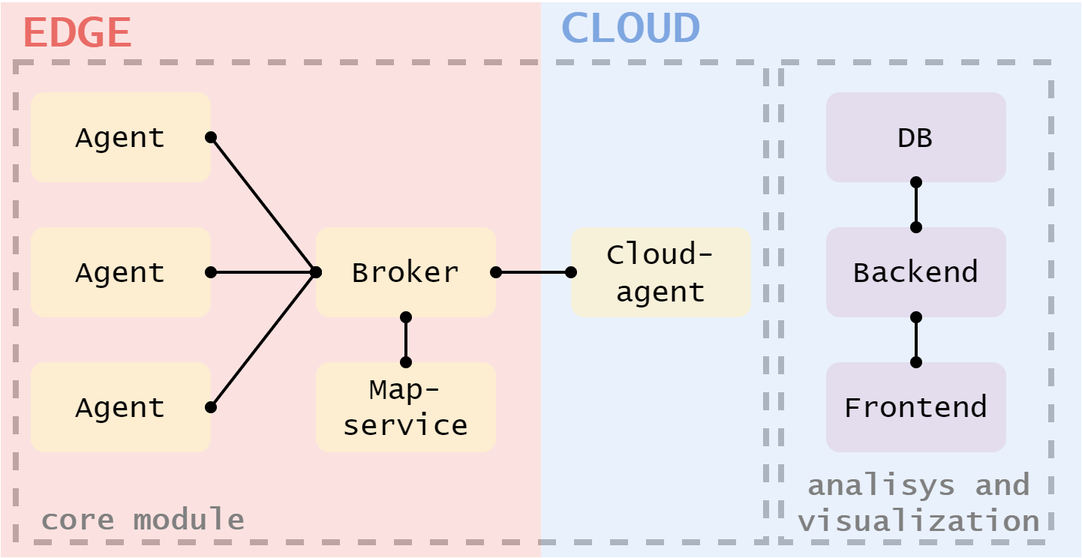
Before: docs/thesis/pictures/services.png, a diagram exported from draw.io (mactat/map-pacer). Source tidied: cells renumbered, new cells last; positions are measured from the earlier drawing's top-left corner, leaving out a move shared by most shapes. Source of this version:
```xml
<mxGraphModel>
  <root>
    <mxCell id="0" />
    <mxCell id="1" parent="0" />
    <mxCell id="2" style="rounded=0;whiteSpace=wrap;html=1;fontFamily=Lucida Console;fontSize=30;fontColor=#7EA6E0;opacity=60;fillColor=none;strokeWidth=4;dashed=1;" parent="1" vertex="1">
      <mxGeometry x="10" y="40" width="500" height="320" as="geometry" />
    </mxCell>
    <mxCell id="3" style="rounded=0;whiteSpace=wrap;html=1;fontFamily=Lucida Console;fontSize=30;fontColor=#7EA6E0;opacity=60;fillColor=none;strokeWidth=4;dashed=1;" parent="1" vertex="1">
      <mxGeometry x="520" y="40" width="180" height="320" as="geometry" />
    </mxCell>
    <mxCell id="4" style="rounded=0;whiteSpace=wrap;html=1;fontFamily=Lucida Console;fontSize=20;fillColor=#dae8fc;strokeColor=none;opacity=60;" parent="1" vertex="1">
      <mxGeometry x="360" width="360" height="370" as="geometry" />
    </mxCell>
    <mxCell id="5" style="rounded=0;whiteSpace=wrap;html=1;fontFamily=Lucida Console;fontSize=20;fillColor=#f8cecc;strokeColor=none;opacity=60;" parent="1" vertex="1">
      <mxGeometry width="360" height="370" as="geometry" />
    </mxCell>
    <mxCell id="6" value="&lt;span style=&quot;font-size: 20px;&quot;&gt;&lt;font face=&quot;Lucida Console&quot;&gt;Agent&lt;/font&gt;&lt;/span&gt;" style="rounded=1;whiteSpace=wrap;html=1;fillColor=#fff2cc;strokeColor=none;opacity=70;" parent="1" vertex="1">
      <mxGeometry x="20" y="60" width="120" height="60" as="geometry" />
    </mxCell>
    <mxCell id="7" value="&lt;span style=&quot;font-size: 20px;&quot;&gt;&lt;font face=&quot;Lucida Console&quot;&gt;Agent&lt;/font&gt;&lt;/span&gt;" style="rounded=1;whiteSpace=wrap;html=1;fillColor=#fff2cc;strokeColor=none;opacity=70;" parent="1" vertex="1">
      <mxGeometry x="20" y="150" width="120" height="60" as="geometry" />
    </mxCell>
    <mxCell id="8" value="&lt;span style=&quot;font-size: 20px;&quot;&gt;&lt;font face=&quot;Lucida Console&quot;&gt;Agent&lt;/font&gt;&lt;/span&gt;" style="rounded=1;whiteSpace=wrap;html=1;fillColor=#fff2cc;strokeColor=none;opacity=70;" parent="1" vertex="1">
      <mxGeometry x="20" y="240" width="120" height="60" as="geometry" />
    </mxCell>
    <mxCell id="9" value="&lt;font face=&quot;Lucida Console&quot;&gt;&lt;span style=&quot;font-size: 20px;&quot;&gt;Backend&lt;/span&gt;&lt;/font&gt;" style="rounded=1;whiteSpace=wrap;html=1;fillColor=#e1d5e7;strokeColor=none;opacity=70;" parent="1" vertex="1">
      <mxGeometry x="550" y="150" width="120" height="60" as="geometry" />
    </mxCell>
    <mxCell id="10" value="&lt;font face=&quot;Lucida Console&quot;&gt;&lt;span style=&quot;font-size: 20px;&quot;&gt;Frontend&lt;/span&gt;&lt;/font&gt;" style="rounded=1;whiteSpace=wrap;html=1;fillColor=#e1d5e7;strokeColor=none;opacity=70;" parent="1" vertex="1">
      <mxGeometry x="550" y="240" width="120" height="60" as="geometry" />
    </mxCell>
    <mxCell id="11" value="&lt;font face=&quot;Lucida Console&quot;&gt;&lt;span style=&quot;font-size: 20px;&quot;&gt;DB&lt;/span&gt;&lt;/font&gt;" style="rounded=1;whiteSpace=wrap;html=1;fillColor=#e1d5e7;strokeColor=none;opacity=70;" parent="1" vertex="1">
      <mxGeometry x="550" y="60" width="120" height="60" as="geometry" />
    </mxCell>
    <mxCell id="12" value="&lt;font face=&quot;Lucida Console&quot;&gt;&lt;span style=&quot;font-size: 20px;&quot;&gt;Map-service&lt;/span&gt;&lt;/font&gt;" style="rounded=1;whiteSpace=wrap;html=1;fillColor=#fff2cc;strokeColor=none;opacity=70;" parent="1" vertex="1">
      <mxGeometry x="210" y="240" width="120" height="60" as="geometry" />
    </mxCell>
    <mxCell id="13" value="&lt;font face=&quot;Lucida Console&quot;&gt;&lt;span style=&quot;font-size: 20px;&quot;&gt;Broker&lt;/span&gt;&lt;/font&gt;" style="rounded=1;whiteSpace=wrap;html=1;fillColor=#fff2cc;strokeColor=none;opacity=70;" parent="1" vertex="1">
      <mxGeometry x="210" y="150" width="120" height="60" as="geometry" />
    </mxCell>
    <mxCell id="14" value="&lt;span style=&quot;font-size: 20px;&quot;&gt;&lt;font face=&quot;Lucida Console&quot;&gt;Cloud-agent&lt;/font&gt;&lt;/span&gt;" style="rounded=1;whiteSpace=wrap;html=1;fillColor=#fff2cc;strokeColor=none;opacity=70;" parent="1" vertex="1">
      <mxGeometry x="380" y="150" width="120" height="60" as="geometry" />
    </mxCell>
    <mxCell id="15" style="endArrow=oval;html=1;rounded=0;fontFamily=Lucida Console;fontSize=20;exitX=1;exitY=0.5;exitDx=0;exitDy=0;entryX=0;entryY=0.5;entryDx=0;entryDy=0;startArrow=oval;startFill=1;strokeWidth=2;endFill=1;" parent="1" edge="1" source="6" target="13">
      <mxGeometry relative="1" as="geometry" />
    </mxCell>
    <mxCell id="16" style="endArrow=oval;html=1;rounded=0;fontFamily=Lucida Console;fontSize=20;exitX=1;exitY=0.5;exitDx=0;exitDy=0;entryX=0;entryY=0.5;entryDx=0;entryDy=0;startArrow=oval;startFill=1;strokeWidth=2;endFill=1;" parent="1" edge="1" source="7" target="13">
      <mxGeometry relative="1" as="geometry" />
    </mxCell>
    <mxCell id="17" style="endArrow=oval;html=1;rounded=0;fontFamily=Lucida Console;fontSize=20;exitX=1;exitY=0.5;exitDx=0;exitDy=0;entryX=0;entryY=0.5;entryDx=0;entryDy=0;startArrow=oval;startFill=1;strokeWidth=2;endFill=1;" parent="1" edge="1" source="8" target="13">
      <mxGeometry relative="1" as="geometry" />
    </mxCell>
    <mxCell id="18" style="endArrow=oval;html=1;rounded=0;fontFamily=Lucida Console;fontSize=20;exitX=0.5;exitY=1;exitDx=0;exitDy=0;startArrow=oval;startFill=1;strokeWidth=2;endFill=1;" parent="1" edge="1" source="11" target="9">
      <mxGeometry relative="1" as="geometry" />
    </mxCell>
    <mxCell id="19" style="endArrow=oval;html=1;rounded=0;fontFamily=Lucida Console;fontSize=20;exitX=1;exitY=0.5;exitDx=0;exitDy=0;entryX=0;entryY=0.5;entryDx=0;entryDy=0;startArrow=oval;startFill=1;strokeWidth=2;endFill=1;" parent="1" edge="1" target="14">
      <mxGeometry relative="1" as="geometry">
        <mxPoint x="330" y="180" as="sourcePoint" />
      </mxGeometry>
    </mxCell>
    <mxCell id="20" style="endArrow=oval;html=1;rounded=0;fontFamily=Lucida Console;fontSize=20;exitX=0.5;exitY=1;exitDx=0;exitDy=0;entryX=0.5;entryY=0;entryDx=0;entryDy=0;startArrow=oval;startFill=1;strokeWidth=2;endFill=1;" parent="1" edge="1" source="13" target="12">
      <mxGeometry relative="1" as="geometry" />
    </mxCell>
    <mxCell id="21" value="&lt;font color=&quot;#ea6b66&quot; style=&quot;font-size: 30px;&quot;&gt;&lt;b&gt;EDGE&lt;/b&gt;&lt;/font&gt;" style="text;html=1;strokeColor=none;fillColor=none;align=center;verticalAlign=middle;whiteSpace=wrap;rounded=0;fontFamily=Lucida Console;fontSize=20;opacity=60;" parent="1" vertex="1">
      <mxGeometry x="21" y="5" width="60" height="30" as="geometry" />
    </mxCell>
    <mxCell id="22" value="&lt;font color=&quot;#7ea6e0&quot; style=&quot;font-size: 30px;&quot;&gt;&lt;b style=&quot;&quot;&gt;CLOUD&lt;/b&gt;&lt;/font&gt;" style="text;html=1;strokeColor=none;fillColor=none;align=center;verticalAlign=middle;whiteSpace=wrap;rounded=0;fontFamily=Lucida Console;fontSize=20;opacity=60;" parent="1" vertex="1">
      <mxGeometry x="390" y="2" width="60" height="30" as="geometry" />
    </mxCell>
    <mxCell id="23" style="endArrow=oval;html=1;rounded=0;fontFamily=Lucida Console;fontSize=20;exitX=1;exitY=0.5;exitDx=0;exitDy=0;startArrow=oval;startFill=1;strokeWidth=2;endFill=1;" parent="1" edge="1" target="10">
      <mxGeometry relative="1" as="geometry">
        <mxPoint x="610" y="210" as="sourcePoint" />
      </mxGeometry>
    </mxCell>
    <mxCell id="24" value="&lt;font color=&quot;#808080&quot; size=&quot;1&quot;&gt;&lt;b style=&quot;font-size: 20px;&quot;&gt;core module&lt;/b&gt;&lt;/font&gt;" style="text;html=1;strokeColor=none;fillColor=none;align=center;verticalAlign=middle;whiteSpace=wrap;rounded=0;fontFamily=Lucida Console;fontSize=20;opacity=60;" parent="1" vertex="1">
      <mxGeometry x="10" y="330" width="170" height="30" as="geometry" />
    </mxCell>
    <mxCell id="25" value="&lt;font color=&quot;#808080&quot; size=&quot;1&quot;&gt;&lt;b style=&quot;font-size: 20px;&quot;&gt;analisys and visualization&lt;/b&gt;&lt;/font&gt;" style="text;html=1;strokeColor=none;fillColor=none;align=center;verticalAlign=middle;whiteSpace=wrap;rounded=0;fontFamily=Lucida Console;fontSize=20;opacity=60;" parent="1" vertex="1">
      <mxGeometry x="527" y="319" width="170" height="30" as="geometry" />
    </mxCell>
  </root>
</mxGraphModel>
```
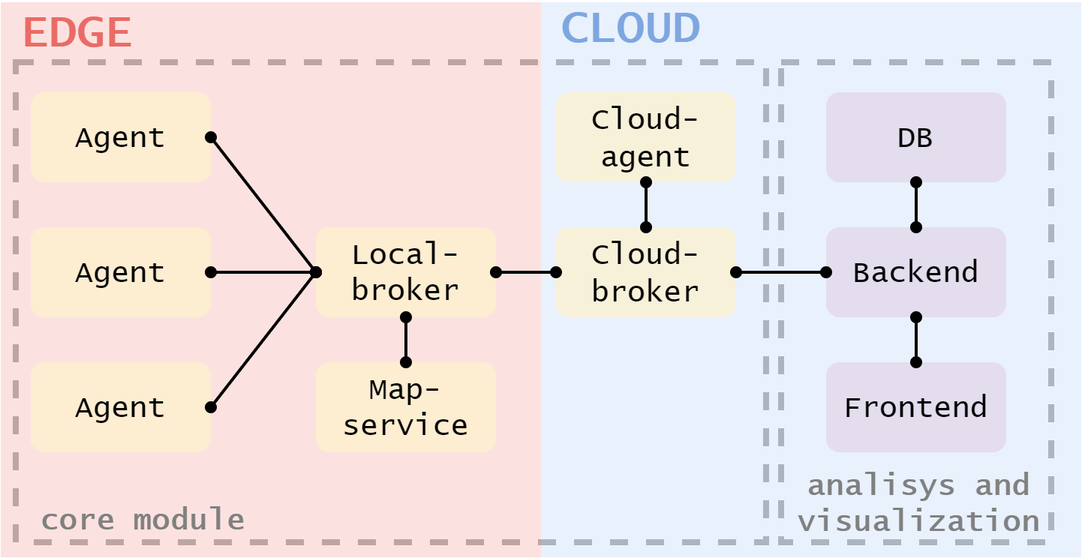
Above is the later version.

What changed in the source:
```diff
@@ -35,11 +35,11 @@
     <mxCell id="12" value="&lt;font face=&quot;Lucida Console&quot;&gt;&lt;span style=&quot;font-size: 20px;&quot;&gt;Map-service&lt;/span&gt;&lt;/font&gt;" style="rounded=1;whiteSpace=wrap;html=1;fillColor=#fff2cc;strokeColor=none;opacity=70;" parent="1" vertex="1">
       <mxGeometry x="210" y="240" width="120" height="60" as="geometry" />
     </mxCell>
-    <mxCell id="13" value="&lt;font face=&quot;Lucida Console&quot;&gt;&lt;span style=&quot;font-size: 20px;&quot;&gt;Broker&lt;/span&gt;&lt;/font&gt;" style="rounded=1;whiteSpace=wrap;html=1;fillColor=#fff2cc;strokeColor=none;opacity=70;" parent="1" vertex="1">
+    <mxCell id="13" value="&lt;font face=&quot;Lucida Console&quot;&gt;&lt;span style=&quot;font-size: 20px;&quot;&gt;Local-broker&lt;/span&gt;&lt;/font&gt;" style="rounded=1;whiteSpace=wrap;html=1;fillColor=#fff2cc;strokeColor=none;opacity=70;" parent="1" vertex="1">
       <mxGeometry x="210" y="150" width="120" height="60" as="geometry" />
     </mxCell>
     <mxCell id="14" value="&lt;span style=&quot;font-size: 20px;&quot;&gt;&lt;font face=&quot;Lucida Console&quot;&gt;Cloud-agent&lt;/font&gt;&lt;/span&gt;" style="rounded=1;whiteSpace=wrap;html=1;fillColor=#fff2cc;strokeColor=none;opacity=70;" parent="1" vertex="1">
-      <mxGeometry x="380" y="150" width="120" height="60" as="geometry" />
+      <mxGeometry x="370" y="60" width="120" height="60" as="geometry" />
     </mxCell>
     <mxCell id="15" style="endArrow=oval;html=1;rounded=0;fontFamily=Lucida Console;fontSize=20;exitX=1;exitY=0.5;exitDx=0;exitDy=0;entryX=0;entryY=0.5;entryDx=0;entryDy=0;startArrow=oval;startFill=1;strokeWidth=2;endFill=1;" parent="1" edge="1" source="6" target="13">
       <mxGeometry relative="1" as="geometry" />
@@ -53,11 +53,6 @@
     <mxCell id="18" style="endArrow=oval;html=1;rounded=0;fontFamily=Lucida Console;fontSize=20;exitX=0.5;exitY=1;exitDx=0;exitDy=0;startArrow=oval;startFill=1;strokeWidth=2;endFill=1;" parent="1" edge="1" source="11" target="9">
       <mxGeometry relative="1" as="geometry" />
     </mxCell>
-    <mxCell id="19" style="endArrow=oval;html=1;rounded=0;fontFamily=Lucida Console;fontSize=20;exitX=1;exitY=0.5;exitDx=0;exitDy=0;entryX=0;entryY=0.5;entryDx=0;entryDy=0;startArrow=oval;startFill=1;strokeWidth=2;endFill=1;" parent="1" edge="1" target="14">
-      <mxGeometry relative="1" as="geometry">
-        <mxPoint x="330" y="180" as="sourcePoint" />
-      </mxGeometry>
-    </mxCell>
     <mxCell id="20" style="endArrow=oval;html=1;rounded=0;fontFamily=Lucida Console;fontSize=20;exitX=0.5;exitY=1;exitDx=0;exitDy=0;entryX=0.5;entryY=0;entryDx=0;entryDy=0;startArrow=oval;startFill=1;strokeWidth=2;endFill=1;" parent="1" edge="1" source="13" target="12">
       <mxGeometry relative="1" as="geometry" />
     </mxCell>
@@ -78,5 +73,19 @@
     <mxCell id="25" value="&lt;font color=&quot;#808080&quot; size=&quot;1&quot;&gt;&lt;b style=&quot;font-size: 20px;&quot;&gt;analisys and visualization&lt;/b&gt;&lt;/font&gt;" style="text;html=1;strokeColor=none;fillColor=none;align=center;verticalAlign=middle;whiteSpace=wrap;rounded=0;fontFamily=Lucida Console;fontSize=20;opacity=60;" parent="1" vertex="1">
       <mxGeometry x="527" y="319" width="170" height="30" as="geometry" />
     </mxCell>
+    <mxCell id="26" value="&lt;span style=&quot;font-size: 20px;&quot;&gt;&lt;font face=&quot;Lucida Console&quot;&gt;Cloud-broker&lt;/font&gt;&lt;/span&gt;" style="rounded=1;whiteSpace=wrap;html=1;fillColor=#fff2cc;strokeColor=none;opacity=70;" parent="1" vertex="1">
+      <mxGeometry x="370" y="150" width="120" height="60" as="geometry" />
+    </mxCell>
+    <mxCell id="27" style="endArrow=oval;html=1;rounded=0;fontFamily=Lucida Console;fontSize=20;entryX=0.5;entryY=0;entryDx=0;entryDy=0;startArrow=oval;startFill=1;strokeWidth=2;endFill=1;" parent="1" edge="1" source="14" target="26">
+      <mxGeometry relative="1" as="geometry" />
+    </mxCell>
+    <mxCell id="28" style="endArrow=oval;html=1;rounded=0;fontFamily=Lucida Console;fontSize=20;entryX=1;entryY=0.5;entryDx=0;entryDy=0;startArrow=oval;startFill=1;strokeWidth=2;endFill=1;exitX=0;exitY=0.5;exitDx=0;exitDy=0;" parent="1" edge="1" source="9" target="26">
+      <mxGeometry relative="1" as="geometry" />
+    </mxCell>
+    <mxCell id="29" style="endArrow=oval;html=1;rounded=0;fontFamily=Lucida Console;fontSize=20;entryX=1;entryY=0.5;entryDx=0;entryDy=0;startArrow=oval;startFill=1;strokeWidth=2;endFill=1;" parent="1" edge="1" target="13">
+      <mxGeometry relative="1" as="geometry">
+        <mxPoint x="370" y="180" as="sourcePoint" />
+      </mxGeometry>
+    </mxCell>
   </root>
 </mxGraphModel>
```
